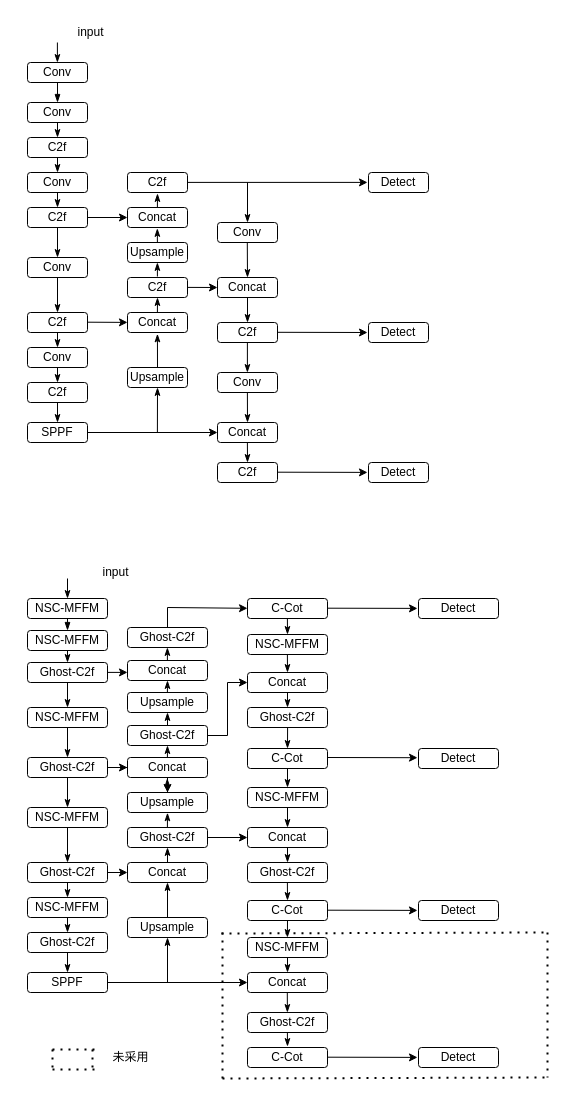
Before: nscot_yolo.drawio in recluse99/tcp_ip, a draw.io diagram. Source tidied: cells renumbered, new cells numbered last; positions are measured from the earlier drawing's top-left corner, leaving out a move shared by most shapes. Both pictures are drawn from the tidied source at 100%, with x=0, y=0 at pixel (27, 17).
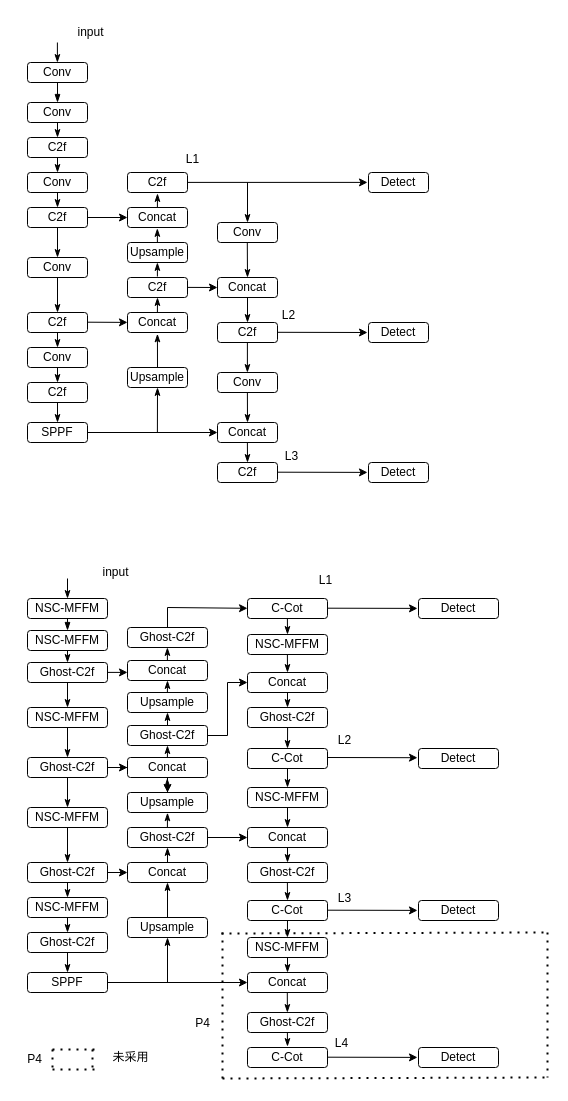
The same diagram, later.

Diff of the diagram source:
```diff
@@
+    <mxCell id="147" value="L1" style="text;html=1;align=center;verticalAlign=middle;strokeColor=none;fillColor=none;" parent="1" vertex="1">
+      <mxGeometry x="282" y="550" width="31" height="26" as="geometry" />
+    </mxCell>
+    <mxCell id="148" value="L2" style="text;html=1;align=center;verticalAlign=middle;strokeColor=none;fillColor=none;" parent="1" vertex="1">
+      <mxGeometry x="301" y="710" width="31" height="26" as="geometry" />
+    </mxCell>
+    <mxCell id="149" value="L3" style="text;html=1;align=center;verticalAlign=middle;strokeColor=none;fillColor=none;" parent="1" vertex="1">
+      <mxGeometry x="301" y="868" width="31" height="26" as="geometry" />
+    </mxCell>
+    <mxCell id="150" value="L4" style="text;html=1;align=center;verticalAlign=middle;strokeColor=none;fillColor=none;" parent="1" vertex="1">
+      <mxGeometry x="298" y="1013" width="31" height="26" as="geometry" />
+    </mxCell>
+    <mxCell id="151" value="P4" style="text;html=1;align=center;verticalAlign=middle;strokeColor=none;fillColor=none;" parent="1" vertex="1">
+      <mxGeometry x="158" y="993" width="33" height="26" as="geometry" />
+    </mxCell>
+    <mxCell id="152" value="P4" style="text;html=1;align=center;verticalAlign=middle;strokeColor=none;fillColor=none;" parent="1" vertex="1">
+      <mxGeometry x="-10" y="1029" width="33" height="26" as="geometry" />
+    </mxCell>
+    <mxCell id="153" value="L1" style="text;html=1;align=center;verticalAlign=middle;strokeColor=none;fillColor=none;" parent="1" vertex="1">
+      <mxGeometry x="149" y="129" width="31" height="26" as="geometry" />
+    </mxCell>
+    <mxCell id="154" value="L2" style="text;html=1;align=center;verticalAlign=middle;strokeColor=none;fillColor=none;" parent="1" vertex="1">
+      <mxGeometry x="245" y="285" width="31" height="26" as="geometry" />
+    </mxCell>
+    <mxCell id="155" value="L3" style="text;html=1;align=center;verticalAlign=middle;strokeColor=none;fillColor=none;" parent="1" vertex="1">
+      <mxGeometry x="248" y="426" width="31" height="26" as="geometry" />
+    </mxCell>
```
